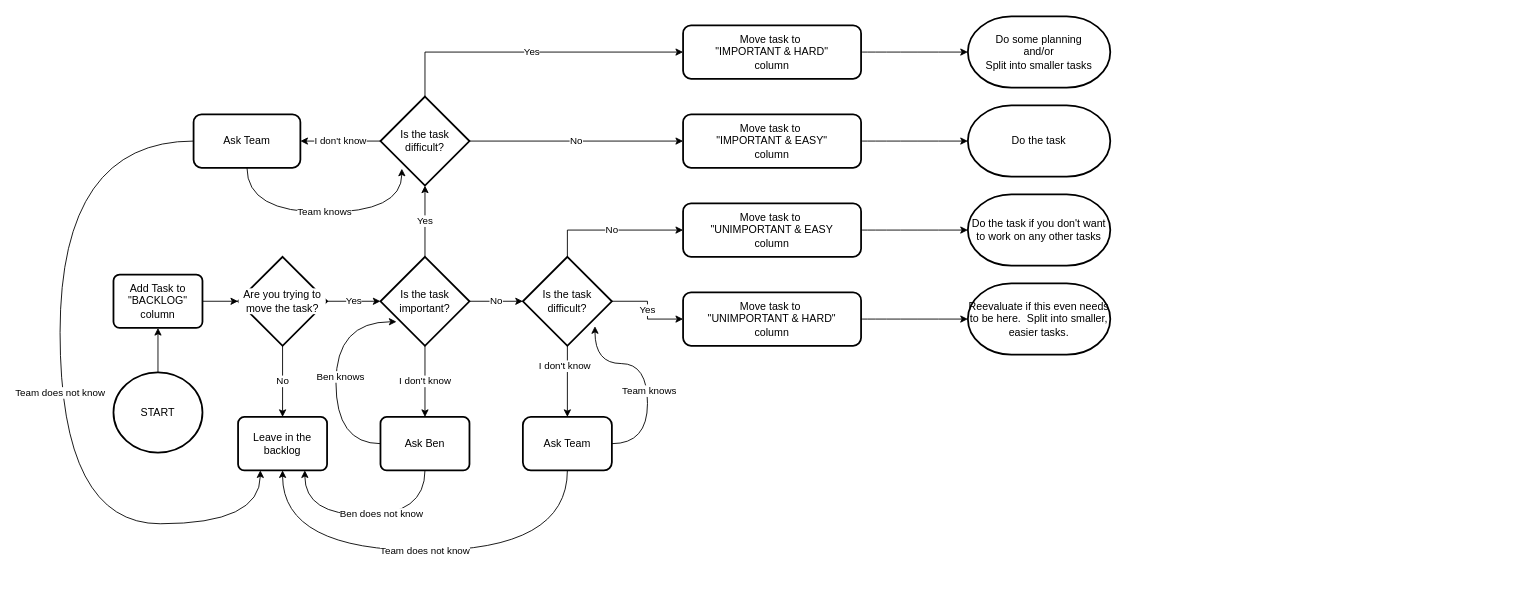
This is task_flow_chart.drawio from benabus/charts_and_notes, a draw.io file, before an edit. Source tidied: cells renumbered, new cells numbered last; positions are measured from the earlier drawing's top-left corner, leaving out a move shared by most shapes. Both pictures are drawn from the tidied source at 89%, with x=0, y=0 at pixel (60, 16).
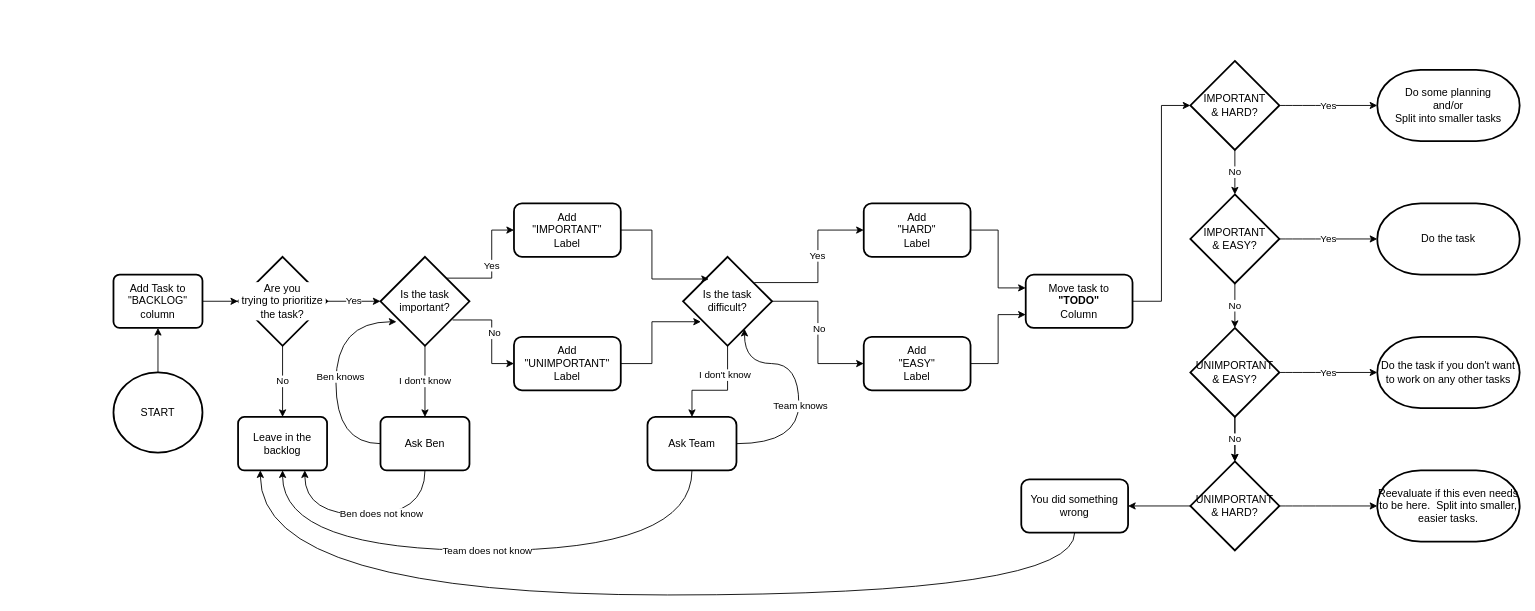
After the change.

Unchanged cells that the change refers to:
```xml
<mxCell id="9" value="Leave in the backlog" style="rounded=1;whiteSpace=wrap;html=1;absoluteArcSize=1;arcSize=14;strokeWidth=2;" parent="1" vertex="1">
  <mxGeometry x="200" y="450" width="100" height="60" as="geometry" />
</mxCell>
<mxCell id="13" value="Is the task important?" style="strokeWidth=2;html=1;shape=mxgraph.flowchart.decision;whiteSpace=wrap;" parent="1" vertex="1">
  <mxGeometry x="360" y="270" width="100" height="100" as="geometry" />
</mxCell>
```

What changed in the source:
```diff
@@
-    <mxCell id="8" value="Are you trying to move the task?" style="strokeWidth=2;html=1;shape=mxgraph.flowchart.decision;whiteSpace=wrap;labelBackgroundColor=default;" parent="1" vertex="1">
+    <mxCell id="8" value="Are you &lt;br&gt;trying to prioritize the task?" style="strokeWidth=2;html=1;shape=mxgraph.flowchart.decision;whiteSpace=wrap;labelBackgroundColor=default;" parent="1" vertex="1">
       <mxGeometry x="200" y="270" width="100" height="100" as="geometry" />
     </mxCell>
@@
-    <mxCell id="10" value="Yes" style="edgeStyle=orthogonalEdgeStyle;rounded=0;jettySize=auto;html=1;" parent="1" edge="1" source="13" target="25">
+    <mxCell id="10" value="Yes" style="edgeStyle=orthogonalEdgeStyle;rounded=0;jettySize=auto;html=1;entryX=0;entryY=0.5;entryDx=0;entryDy=0;exitX=0.74;exitY=0.24;exitDx=0;exitDy=0;exitPerimeter=0;" parent="1" edge="1" source="13" target="53">
       <mxGeometry relative="1" as="geometry" />
     </mxCell>
-    <mxCell id="11" value="No" style="edgeStyle=orthogonalEdgeStyle;rounded=0;jettySize=auto;html=1;" parent="1" edge="1" source="13" target="21">
-      <mxGeometry relative="1" as="geometry" />
-    </mxCell>
@@
+    <mxCell id="47" style="edgeStyle=orthogonalEdgeStyle;rounded=0;jettySize=auto;html=1;exitX=0.81;exitY=0.71;exitDx=0;exitDy=0;exitPerimeter=0;" parent="1" edge="1" source="13" target="55">
+      <mxGeometry relative="1" as="geometry" />
+    </mxCell>
+    <mxCell id="48" value="No" style="edgeLabel;html=1;align=center;verticalAlign=middle;" parent="47" vertex="1">
+      <mxGeometry x="-0.02" y="2" relative="1" as="geometry" />
+    </mxCell>
@@
     <mxCell id="17" style="edgeStyle=orthogonalEdgeStyle;rounded=0;jettySize=auto;html=1;" parent="1" edge="1" source="21" target="29">
-      <mxGeometry relative="1" as="geometry" />
+      <mxGeometry relative="1" as="geometry">
+        <Array as="points">
+          <mxPoint x="750" y="420" />
+          <mxPoint x="710" y="420" />
+        </Array>
+      </mxGeometry>
     </mxCell>
@@
-    <mxCell id="19" value="&lt;div&gt;No&lt;/div&gt;" style="edgeStyle=elbowEdgeStyle;rounded=0;jettySize=auto;html=1;elbow=vertical;exitX=0.5;exitY=0;exitDx=0;exitDy=0;exitPerimeter=0;" parent="1" edge="1" source="21" target="33">
-      <mxGeometry relative="1" as="geometry">
-        <Array as="points">
-          <mxPoint x="580" y="240" />
-        </Array>
-      </mxGeometry>
-    </mxCell>
-    <mxCell id="20" value="Yes" style="edgeStyle=elbowEdgeStyle;rounded=0;jettySize=auto;html=1;" parent="1" edge="1" source="21" target="31">
-      <mxGeometry relative="1" as="geometry" />
-    </mxCell>
+    <mxCell id="49" style="edgeStyle=orthogonalEdgeStyle;rounded=0;jettySize=auto;html=1;exitX=0.8;exitY=0.29;exitDx=0;exitDy=0;exitPerimeter=0;" parent="1" edge="1" source="21" target="58">
+      <mxGeometry relative="1" as="geometry" />
+    </mxCell>
+    <mxCell id="50" value="Yes" style="edgeLabel;html=1;align=center;verticalAlign=middle;" parent="49" vertex="1">
+      <mxGeometry x="0.13" y="2" relative="1" as="geometry">
+        <mxPoint x="1" y="1" as="offset" />
+      </mxGeometry>
+    </mxCell>
+    <mxCell id="51" style="edgeStyle=orthogonalEdgeStyle;rounded=0;jettySize=auto;html=1;entryX=0;entryY=0.5;entryDx=0;entryDy=0;" parent="1" edge="1" source="21" target="60">
+      <mxGeometry relative="1" as="geometry" />
+    </mxCell>
+    <mxCell id="52" value="No" style="edgeLabel;html=1;align=center;verticalAlign=middle;" parent="51" vertex="1">
+      <mxGeometry x="-0.05" y="1" relative="1" as="geometry" />
+    </mxCell>
     <mxCell id="21" value="Is the task difficult?" style="strokeWidth=2;html=1;shape=mxgraph.flowchart.decision;whiteSpace=wrap;" parent="1" vertex="1">
-      <mxGeometry x="520" y="270" width="100" height="100" as="geometry" />
+      <mxGeometry x="700" y="270" width="100" height="100" as="geometry" />
     </mxCell>
-    <mxCell id="22" value="I don't know" style="edgeStyle=orthogonalEdgeStyle;rounded=0;jettySize=auto;html=1;" parent="1" edge="1" source="25" target="27">
-      <mxGeometry relative="1" as="geometry" />
-    </mxCell>
-    <mxCell id="23" value="Yes" style="edgeStyle=elbowEdgeStyle;rounded=0;jettySize=auto;html=1;exitX=0.5;exitY=0;exitDx=0;exitDy=0;exitPerimeter=0;entryX=0;entryY=0.5;entryDx=0;entryDy=0;" parent="1" edge="1" source="25" target="37">
-      <mxGeometry relative="1" as="geometry">
-        <Array as="points">
-          <mxPoint x="410" y="60" />
-        </Array>
-      </mxGeometry>
-    </mxCell>
-    <mxCell id="24" value="No" style="edgeStyle=elbowEdgeStyle;rounded=0;jettySize=auto;html=1;exitX=1;exitY=0.5;exitDx=0;exitDy=0;exitPerimeter=0;entryX=0;entryY=0.5;entryDx=0;entryDy=0;" parent="1" edge="1" source="25" target="35">
-      <mxGeometry relative="1" as="geometry" />
-    </mxCell>
-    <mxCell id="25" value="Is the task difficult?" style="strokeWidth=2;html=1;shape=mxgraph.flowchart.decision;whiteSpace=wrap;" parent="1" vertex="1">
-      <mxGeometry x="360" y="90" width="100" height="100" as="geometry" />
-    </mxCell>
-    <mxCell id="26" value="Team does not know" style="edgeStyle=orthogonalEdgeStyle;curved=1;rounded=0;jettySize=auto;html=1;exitX=0;exitY=0.5;exitDx=0;exitDy=0;entryX=0.25;entryY=1;entryDx=0;entryDy=0;" parent="1" edge="1" source="27" target="9">
-      <mxGeometry relative="1" as="geometry">
-        <Array as="points">
-          <mxPoint y="140" />
-          <mxPoint y="570" />
-          <mxPoint x="225" y="570" />
-        </Array>
-      </mxGeometry>
-    </mxCell>
-    <mxCell id="27" value="Ask Team" style="rounded=1;whiteSpace=wrap;html=1;strokeWidth=2;" parent="1" vertex="1">
-      <mxGeometry x="150" y="110" width="120" height="60" as="geometry" />
-    </mxCell>
     <mxCell id="28" value="Team does not know" style="edgeStyle=orthogonalEdgeStyle;curved=1;rounded=0;jettySize=auto;html=1;exitX=0.5;exitY=1;exitDx=0;exitDy=0;entryX=0.5;entryY=1;entryDx=0;entryDy=0;" parent="1" edge="1" source="29" target="9">
       <mxGeometry relative="1" as="geometry">
         <Array as="points">
-          <mxPoint x="570" y="600" />
+          <mxPoint x="710" y="600" />
           <mxPoint x="250" y="600" />
         </Array>
       </mxGeometry>
     </mxCell>
     <mxCell id="29" value="Ask Team" style="rounded=1;whiteSpace=wrap;html=1;strokeWidth=2;" parent="1" vertex="1">
-      <mxGeometry x="520" y="450" width="100" height="60" as="geometry" />
+      <mxGeometry x="660" y="450" width="100" height="60" as="geometry" />
     </mxCell>
-    <mxCell id="30" style="edgeStyle=orthogonalEdgeStyle;curved=1;rounded=0;jettySize=auto;html=1;" parent="1" edge="1" source="31" target="44">
+    <mxCell id="30" style="edgeStyle=orthogonalEdgeStyle;curved=1;rounded=0;jettySize=auto;html=1;exitX=1;exitY=0.5;exitDx=0;exitDy=0;exitPerimeter=0;" parent="1" edge="1" source="63" target="44">
       <mxGeometry relative="1" as="geometry" />
     </mxCell>
-    <mxCell id="31" value="&lt;div&gt;Move task to&amp;nbsp;&lt;/div&gt;&lt;div&gt;&quot;UNIMPORTANT &amp;amp; HARD&quot;&lt;/div&gt;&lt;div&gt;column&lt;/div&gt;" style="rounded=1;whiteSpace=wrap;html=1;strokeWidth=2;" parent="1" vertex="1">
-      <mxGeometry x="700" y="310" width="200" height="60" as="geometry" />
-    </mxCell>
-    <mxCell id="32" style="edgeStyle=orthogonalEdgeStyle;curved=1;rounded=0;jettySize=auto;html=1;" parent="1" edge="1" source="33" target="43">
+    <mxCell id="32" value="Yes" style="edgeStyle=orthogonalEdgeStyle;curved=1;rounded=0;jettySize=auto;html=1;exitX=1;exitY=0.5;exitDx=0;exitDy=0;exitPerimeter=0;" parent="1" edge="1" source="68" target="43">
       <mxGeometry relative="1" as="geometry" />
     </mxCell>
-    <mxCell id="33" value="&lt;div&gt;Move task to&amp;nbsp;&lt;/div&gt;&lt;div&gt;&quot;UNIMPORTANT &amp;amp; EASY&lt;/div&gt;&lt;div&gt;column&lt;/div&gt;" style="rounded=1;whiteSpace=wrap;html=1;strokeWidth=2;" parent="1" vertex="1">
-      <mxGeometry x="700" y="210" width="200" height="60" as="geometry" />
-    </mxCell>
-    <mxCell id="34" style="edgeStyle=orthogonalEdgeStyle;curved=1;rounded=0;jettySize=auto;html=1;" parent="1" edge="1" source="35" target="41">
+    <mxCell id="34" value="Yes" style="edgeStyle=orthogonalEdgeStyle;curved=1;rounded=0;jettySize=auto;html=1;exitX=1;exitY=0.5;exitDx=0;exitDy=0;exitPerimeter=0;" parent="1" edge="1" source="65" target="41">
       <mxGeometry relative="1" as="geometry" />
     </mxCell>
-    <mxCell id="35" value="&lt;div&gt;Move task to&amp;nbsp;&lt;/div&gt;&lt;div&gt;&quot;IMPORTANT &amp;amp; EASY&quot;&lt;/div&gt;&lt;div&gt;column&lt;/div&gt;" style="rounded=1;whiteSpace=wrap;html=1;strokeWidth=2;" parent="1" vertex="1">
-      <mxGeometry x="700" y="110" width="200" height="60" as="geometry" />
-    </mxCell>
-    <mxCell id="36" style="edgeStyle=orthogonalEdgeStyle;curved=1;rounded=0;jettySize=auto;html=1;" parent="1" edge="1" source="37" target="42">
+    <mxCell id="36" value="Yes" style="edgeStyle=orthogonalEdgeStyle;curved=1;rounded=0;jettySize=auto;html=1;exitX=1;exitY=0.5;exitDx=0;exitDy=0;exitPerimeter=0;" parent="1" edge="1" source="70" target="42">
       <mxGeometry relative="1" as="geometry" />
     </mxCell>
-    <mxCell id="37" value="&lt;div&gt;Move task to&amp;nbsp;&lt;/div&gt;&lt;div&gt;&quot;IMPORTANT &amp;amp; HARD&quot;&lt;/div&gt;&lt;div&gt;column&lt;/div&gt;" style="rounded=1;whiteSpace=wrap;html=1;strokeWidth=2;" parent="1" vertex="1">
-      <mxGeometry x="700" y="10" width="200" height="60" as="geometry" />
-    </mxCell>
-    <mxCell id="38" value="Team knows" style="edgeStyle=orthogonalEdgeStyle;curved=1;rounded=0;jettySize=auto;html=1;exitX=0.5;exitY=1;exitDx=0;exitDy=0;entryX=0.24;entryY=0.81;entryDx=0;entryDy=0;entryPerimeter=0;" parent="1" edge="1" source="27" target="25">
-      <mxGeometry relative="1" as="geometry">
-        <Array as="points">
-          <mxPoint x="210" y="220" />
-          <mxPoint x="384" y="220" />
-        </Array>
-      </mxGeometry>
-    </mxCell>
@@
     <mxCell id="41" value="Do the task" style="rounded=1;whiteSpace=wrap;html=1;strokeWidth=2;shape=mxgraph.flowchart.terminator;" parent="1" vertex="1">
-      <mxGeometry x="1020" y="100" width="160" height="80" as="geometry" />
+      <mxGeometry x="1480" y="210" width="160" height="80" as="geometry" />
     </mxCell>
     <mxCell id="42" value="&lt;div&gt;Do some planning&lt;/div&gt;&lt;div&gt;and/or&lt;br&gt;&lt;/div&gt;&lt;div&gt;Split into smaller tasks&lt;br&gt;&lt;/div&gt;" style="rounded=1;whiteSpace=wrap;html=1;strokeWidth=2;shape=mxgraph.flowchart.terminator;" parent="1" vertex="1">
-      <mxGeometry x="1020" width="160" height="80" as="geometry" />
+      <mxGeometry x="1480" y="60" width="160" height="80" as="geometry" />
     </mxCell>
     <mxCell id="43" value="Do the task if you don't want to work on any other tasks" style="rounded=1;whiteSpace=wrap;html=1;strokeWidth=2;shape=mxgraph.flowchart.terminator;" parent="1" vertex="1">
-      <mxGeometry x="1020" y="200" width="160" height="80" as="geometry" />
+      <mxGeometry x="1480" y="360" width="160" height="80" as="geometry" />
     </mxCell>
     <mxCell id="44" value="Reevaluate if this even needs to be here.&amp;nbsp; Split into smaller, easier tasks." style="rounded=1;whiteSpace=wrap;html=1;strokeWidth=2;shape=mxgraph.flowchart.terminator;" parent="1" vertex="1">
-      <mxGeometry x="1020" y="300" width="160" height="80" as="geometry" />
+      <mxGeometry x="1480" y="510" width="160" height="80" as="geometry" />
     </mxCell>
-    <mxCell id="45" style="edgeStyle=orthogonalEdgeStyle;curved=1;rounded=0;jettySize=auto;html=1;exitX=1;exitY=0.5;exitDx=0;exitDy=0;entryX=0.81;entryY=0.78;entryDx=0;entryDy=0;entryPerimeter=0;" parent="1" edge="1" source="29" target="21">
+    <mxCell id="45" style="edgeStyle=orthogonalEdgeStyle;curved=1;rounded=0;jettySize=auto;html=1;exitX=1;exitY=0.5;exitDx=0;exitDy=0;entryX=0.69;entryY=0.81;entryDx=0;entryDy=0;entryPerimeter=0;" parent="1" edge="1" source="29" target="21">
       <mxGeometry relative="1" as="geometry">
         <Array as="points">
-          <mxPoint x="660" y="480" />
-          <mxPoint x="660" y="390" />
-          <mxPoint x="601" y="390" />
+          <mxPoint x="830" y="480" />
+          <mxPoint x="830" y="390" />
+          <mxPoint x="769" y="390" />
         </Array>
       </mxGeometry>
     </mxCell>
@@
+    <mxCell id="53" value="Add &lt;br&gt;&quot;IMPORTANT&quot; &lt;br&gt;Label" style="rounded=1;whiteSpace=wrap;html=1;strokeWidth=2;" parent="1" vertex="1">
+      <mxGeometry x="510" y="210" width="120" height="60" as="geometry" />
+    </mxCell>
+    <mxCell id="54" style="edgeStyle=orthogonalEdgeStyle;rounded=0;jettySize=auto;html=1;exitX=1;exitY=0.5;exitDx=0;exitDy=0;entryX=0.2;entryY=0.73;entryDx=0;entryDy=0;entryPerimeter=0;" parent="1" edge="1" source="55" target="21">
+      <mxGeometry relative="1" as="geometry" />
+    </mxCell>
+    <mxCell id="55" value="Add &lt;br&gt;&quot;UNIMPORTANT&quot; &lt;br&gt;Label" style="rounded=1;whiteSpace=wrap;html=1;strokeWidth=2;" parent="1" vertex="1">
+      <mxGeometry x="510" y="360" width="120" height="60" as="geometry" />
+    </mxCell>
+    <mxCell id="56" style="edgeStyle=orthogonalEdgeStyle;rounded=0;jettySize=auto;html=1;exitX=1;exitY=0.5;exitDx=0;exitDy=0;entryX=0.29;entryY=0.25;entryDx=0;entryDy=0;entryPerimeter=0;" parent="1" edge="1" source="53" target="21">
+      <mxGeometry relative="1" as="geometry" />
+    </mxCell>
+    <mxCell id="57" style="edgeStyle=orthogonalEdgeStyle;rounded=0;jettySize=auto;html=1;entryX=0;entryY=0.25;entryDx=0;entryDy=0;" parent="1" edge="1" source="58" target="61">
+      <mxGeometry relative="1" as="geometry" />
+    </mxCell>
+    <mxCell id="58" value="Add &lt;br&gt;&quot;HARD&quot; &lt;br&gt;Label" style="rounded=1;whiteSpace=wrap;html=1;strokeWidth=2;" parent="1" vertex="1">
+      <mxGeometry x="903" y="210" width="120" height="60" as="geometry" />
+    </mxCell>
+    <mxCell id="59" style="edgeStyle=orthogonalEdgeStyle;rounded=0;jettySize=auto;html=1;entryX=0;entryY=0.75;entryDx=0;entryDy=0;" parent="1" edge="1" source="60" target="61">
+      <mxGeometry relative="1" as="geometry" />
+    </mxCell>
+    <mxCell id="60" value="Add &lt;br&gt;&quot;EASY&quot; &lt;br&gt;Label" style="rounded=1;whiteSpace=wrap;html=1;strokeWidth=2;" parent="1" vertex="1">
+      <mxGeometry x="903" y="360" width="120" height="60" as="geometry" />
+    </mxCell>
+    <mxCell id="61" value="Move task to &lt;br&gt;&lt;b&gt;&quot;TODO&quot; &lt;/b&gt;&lt;br&gt;Column" style="rounded=1;whiteSpace=wrap;html=1;strokeWidth=2;" parent="1" vertex="1">
+      <mxGeometry x="1085" y="290" width="120" height="60" as="geometry" />
+    </mxCell>
+    <mxCell id="62" style="edgeStyle=orthogonalEdgeStyle;rounded=0;jettySize=auto;html=1;" parent="1" edge="1" source="63" target="73">
+      <mxGeometry relative="1" as="geometry" />
+    </mxCell>
+    <mxCell id="63" value="UNIMPORTANT&lt;br&gt;&amp;amp; HARD?" style="strokeWidth=2;html=1;shape=mxgraph.flowchart.decision;whiteSpace=wrap;" parent="1" vertex="1">
+      <mxGeometry x="1270" y="500" width="100" height="100" as="geometry" />
+    </mxCell>
+    <mxCell id="64" value="No" style="edgeStyle=orthogonalEdgeStyle;rounded=0;jettySize=auto;html=1;" parent="1" edge="1" source="65" target="68">
+      <mxGeometry relative="1" as="geometry" />
+    </mxCell>
+    <mxCell id="65" value="IMPORTANT&lt;br&gt;&amp;amp; EASY?" style="strokeWidth=2;html=1;shape=mxgraph.flowchart.decision;whiteSpace=wrap;" parent="1" vertex="1">
+      <mxGeometry x="1270" y="200" width="100" height="100" as="geometry" />
+    </mxCell>
+    <mxCell id="66" style="edgeStyle=orthogonalEdgeStyle;rounded=0;jettySize=auto;html=1;" parent="1" edge="1" source="68" target="63">
+      <mxGeometry relative="1" as="geometry" />
+    </mxCell>
+    <mxCell id="67" value="No" style="edgeStyle=orthogonalEdgeStyle;rounded=0;jettySize=auto;html=1;" parent="1" edge="1" source="68" target="63">
+      <mxGeometry relative="1" as="geometry" />
+    </mxCell>
+    <mxCell id="68" value="UNIMPORTANT&lt;br&gt;&amp;amp; EASY?" style="strokeWidth=2;html=1;shape=mxgraph.flowchart.decision;whiteSpace=wrap;" parent="1" vertex="1">
+      <mxGeometry x="1270" y="350" width="100" height="100" as="geometry" />
+    </mxCell>
+    <mxCell id="69" value="No" style="edgeStyle=orthogonalEdgeStyle;rounded=0;jettySize=auto;html=1;" parent="1" edge="1" source="70" target="65">
+      <mxGeometry relative="1" as="geometry" />
+    </mxCell>
+    <mxCell id="70" value="IMPORTANT&lt;br&gt;&amp;amp; HARD?" style="strokeWidth=2;html=1;shape=mxgraph.flowchart.decision;whiteSpace=wrap;" parent="1" vertex="1">
+      <mxGeometry x="1270" y="50" width="100" height="100" as="geometry" />
+    </mxCell>
+    <mxCell id="71" style="edgeStyle=orthogonalEdgeStyle;rounded=0;jettySize=auto;html=1;entryX=0;entryY=0.5;entryDx=0;entryDy=0;entryPerimeter=0;" parent="1" edge="1" source="61" target="70">
+      <mxGeometry relative="1" as="geometry" />
+    </mxCell>
+    <mxCell id="72" style="edgeStyle=orthogonalEdgeStyle;rounded=0;jettySize=auto;html=1;entryX=0.25;entryY=1;entryDx=0;entryDy=0;curved=1;" parent="1" edge="1" source="73" target="9">
+      <mxGeometry relative="1" as="geometry">
+        <Array as="points">
+          <mxPoint x="1140" y="650" />
+          <mxPoint x="225" y="650" />
+        </Array>
+      </mxGeometry>
+    </mxCell>
+    <mxCell id="73" value="You did something wrong" style="rounded=1;whiteSpace=wrap;html=1;strokeWidth=2;" parent="1" vertex="1">
+      <mxGeometry x="1080" y="520" width="120" height="60" as="geometry" />
+    </mxCell>
```
